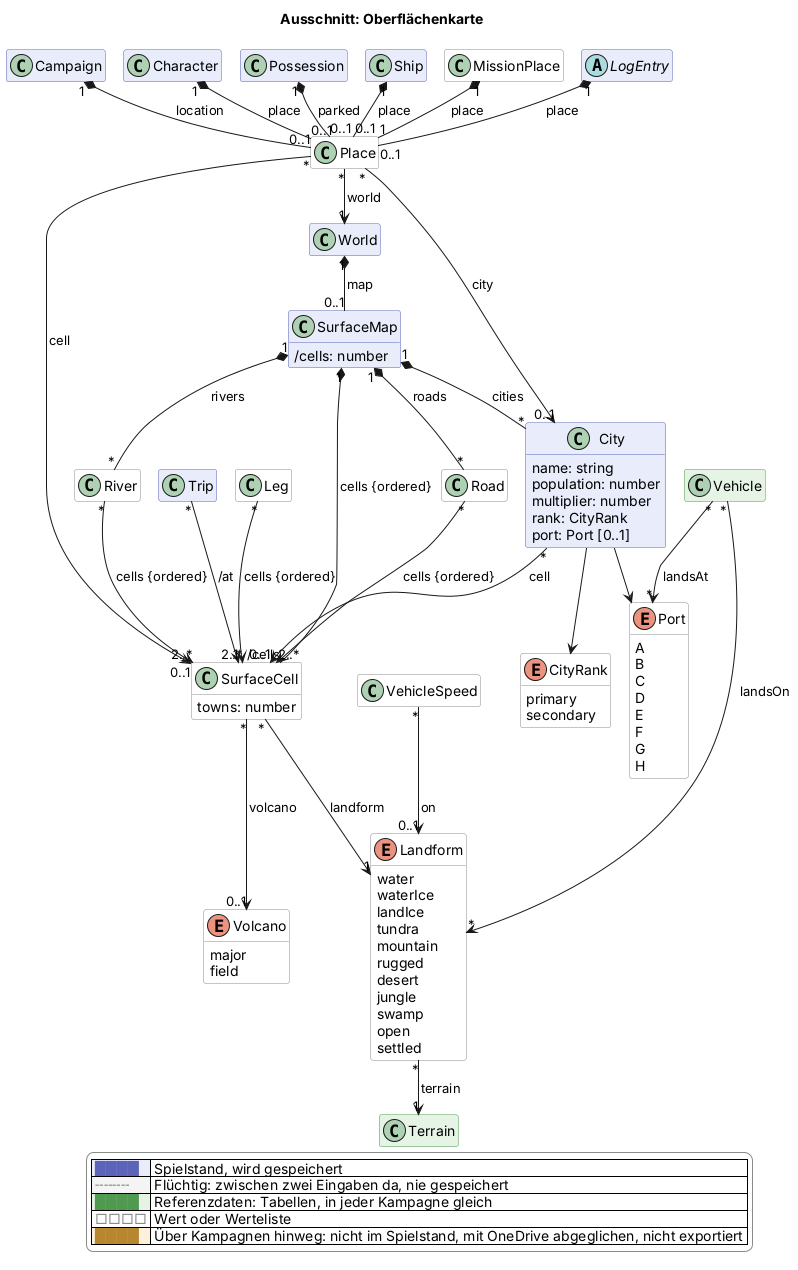
Earlier version of the PlantUML export docs/views/oberflaeche.png (scuzzar/SRE).
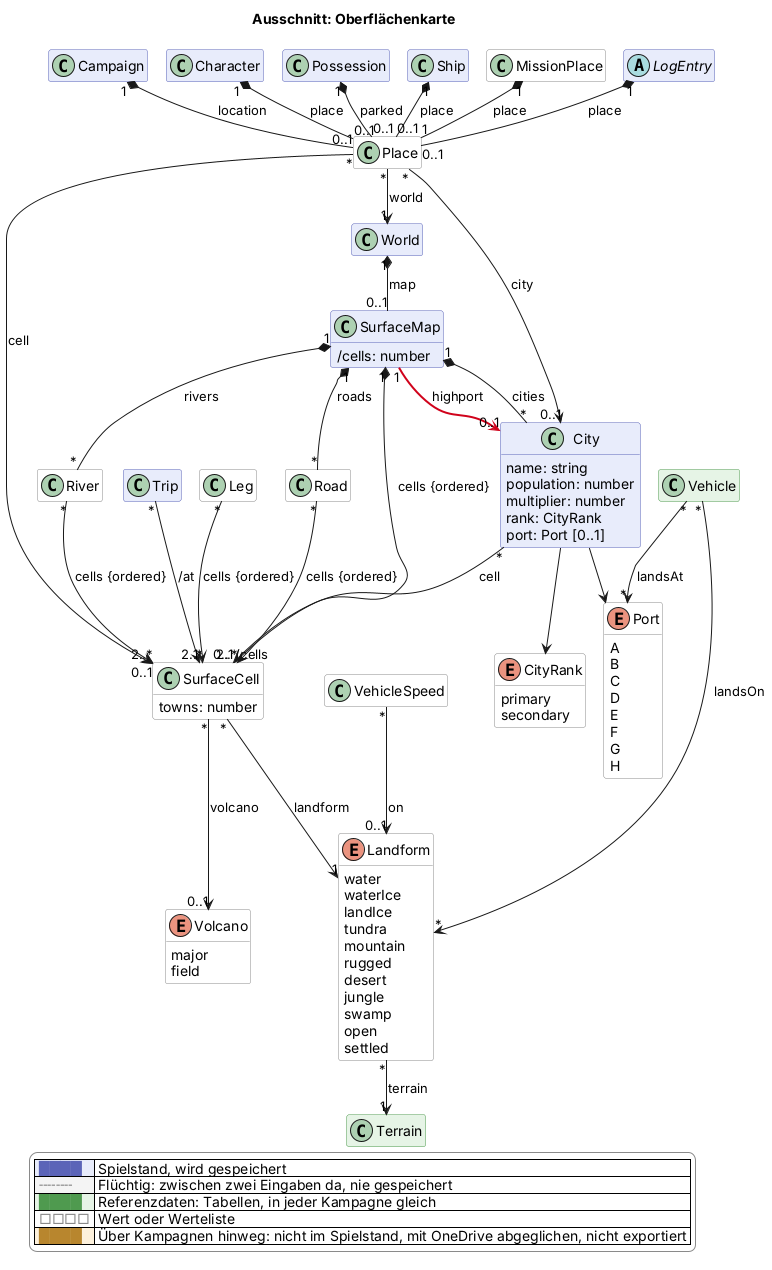
Later version of the same file.

Commit message:
Highport (Änderung 2026-11-28b, wartet auf Freigabe)

What changed in the source:
```diff
@@ -160,6 +160,7 @@
 SurfaceMap "1" *-- "*" River : rivers
 SurfaceMap "1" *-- "*" Road : roads
 SurfaceMap "1" *-- "*" City : cities
+SurfaceMap "1" -$newArrow("2026-11-28b")-> "0..1" City : highport
 River "*" --> "2..*" SurfaceCell : cells {ordered}
 Road "*" --> "2..*" SurfaceCell : cells {ordered}
 City "*" --> "0..1" SurfaceCell : cell
```
